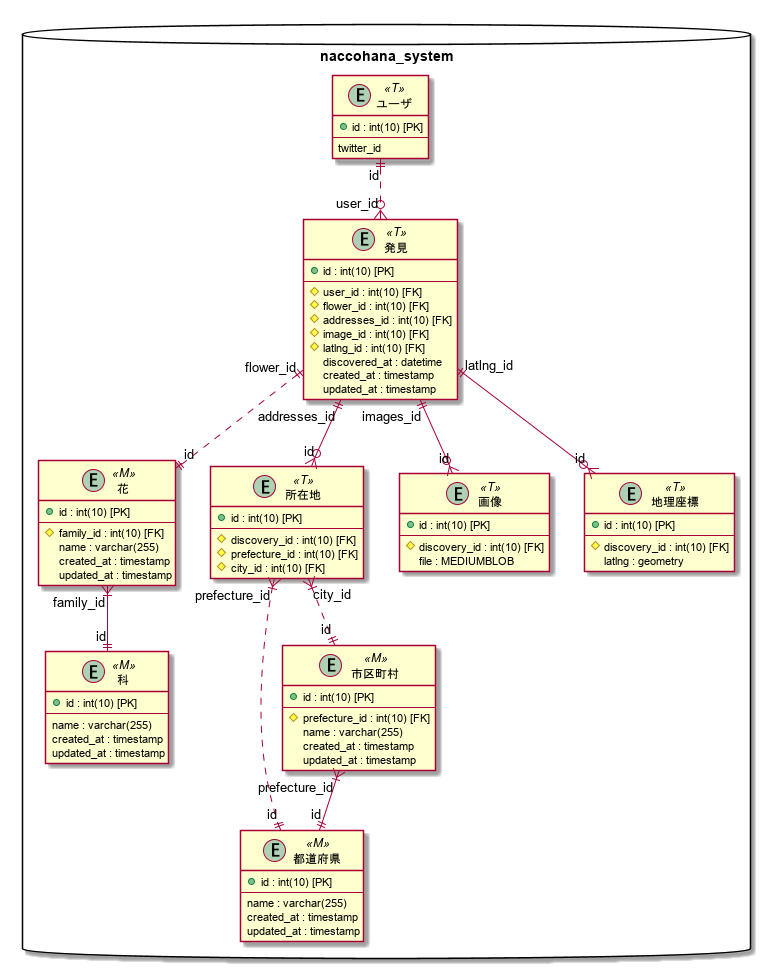
Above: docs/er.png in nacco-bron/naccohana (PlantUML), before the change.
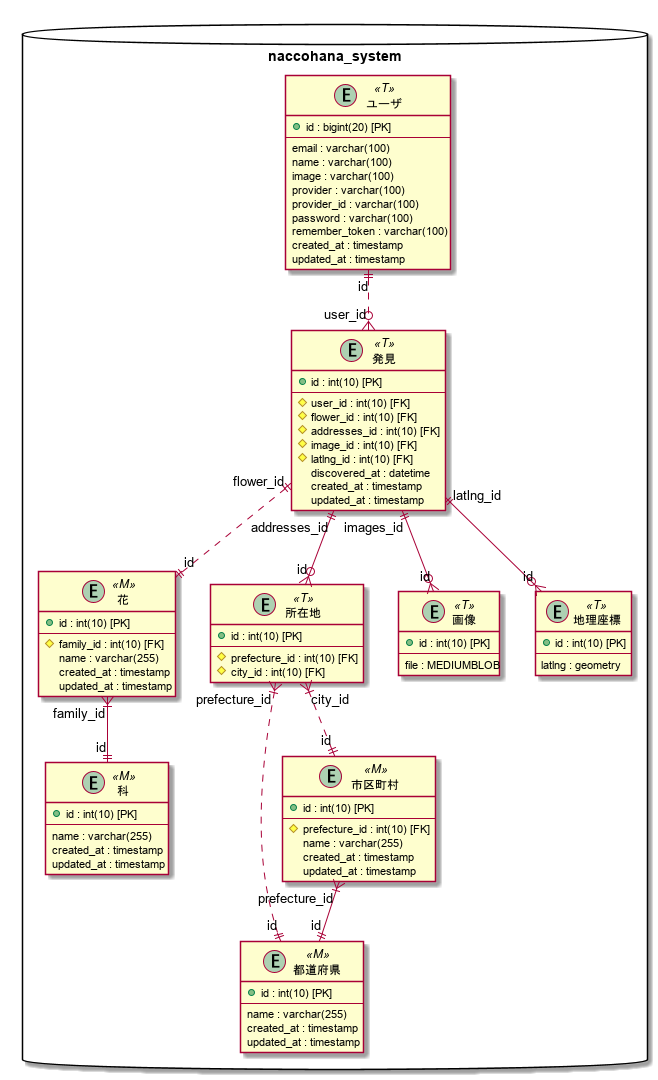
After the change.

What changed in the source:
```diff
@@ -1,4 +1,4 @@
-@startuml
+@startuml ER図
 
 package "naccohana_system" <<Database>> {
 
@@ -52,7 +52,6 @@
     entity addresses as "所在地" <<T>>  {
         + id : int(10) [PK]
         --
-        # discovery_id : int(10) [FK]
         # prefecture_id : int(10) [FK]
         # city_id : int(10) [FK]
     }
@@ -60,21 +59,27 @@
     entity images as "画像" <<T>>  {
         + id : int(10) [PK]
         --
-        # discovery_id : int(10) [FK]
         file : MEDIUMBLOB
     }
 
-    entity latlng as "地理座標" <<T>>  {
+    entity latlngs as "地理座標" <<T>>  {
         + id : int(10) [PK]
         --
-        # discovery_id : int(10) [FK]
         latlng : geometry
     }
 
     entity users as "ユーザ" <<T>>  {
-        + id : int(10) [PK]
+        + id : bigint(20) [PK]
         --
-        twitter_id
+        email : varchar(100)
+        name : varchar(100)
+        image : varchar(100)
+        provider : varchar(100)
+        provider_id : varchar(100)
+        password : varchar(100)
+        remember_token : varchar(100)
+        created_at : timestamp
+        updated_at : timestamp
     }
 
 flowers "family_id" }|--|| "id" families
@@ -84,7 +89,7 @@
 
 discoveries "images_id" ||--o{ "id" images
 discoveries "addresses_id" ||--o{ "id" addresses
-discoveries "latlng_id" ||--o{ "id" latlng
+discoveries "latlng_id" ||--o{ "id" latlngs
 discoveries "flower_id" ||..|| "id" flowers
 
 users "id"  ||..o{ "user_id" discoveries
```
